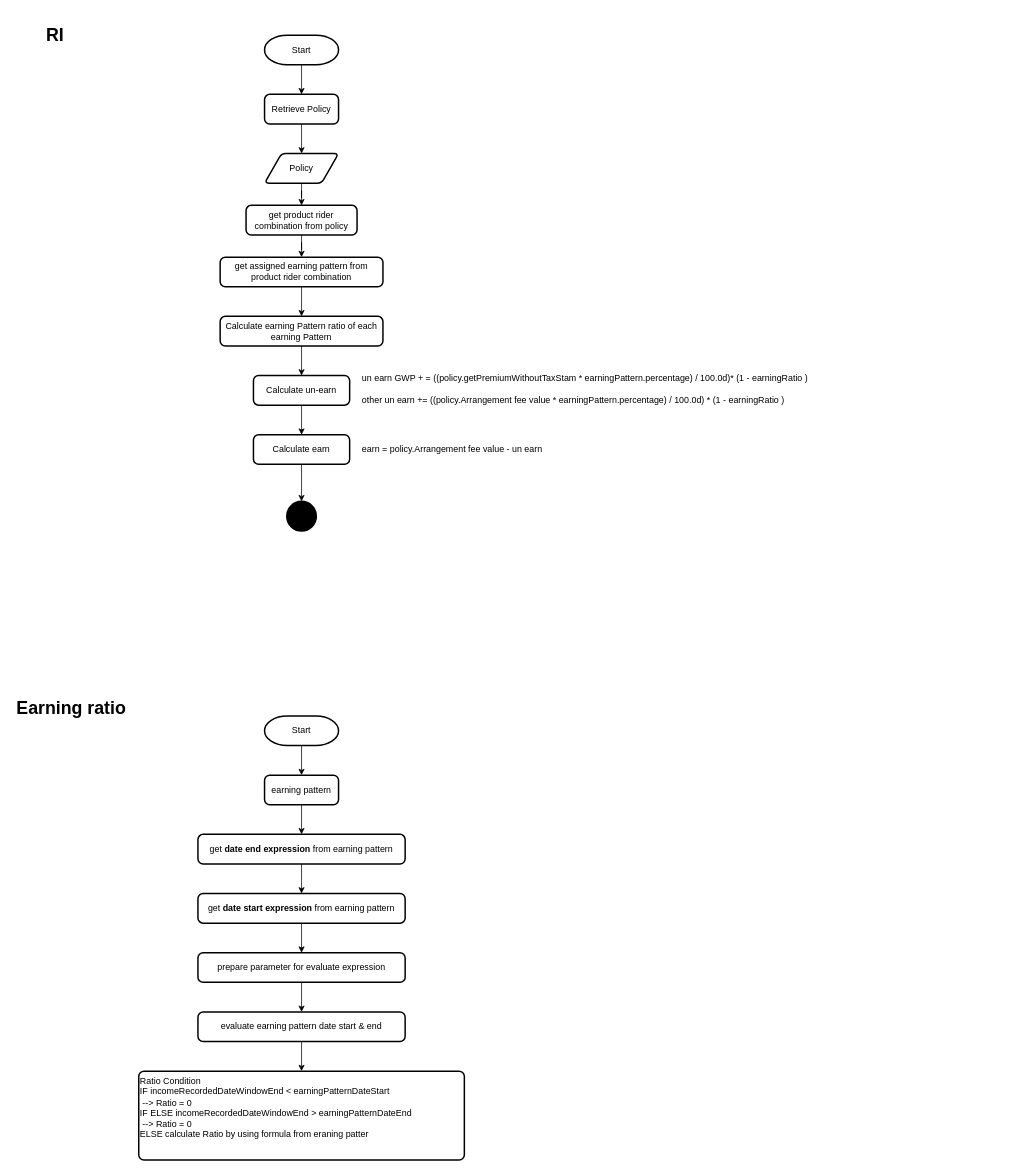
Above: SG-RI-Calculation.drawio in phatcharalaw/my-doc (draw.io), before the change. Source tidied: cells renumbered, new cells numbered last; positions are measured from the earlier drawing's top-left corner, leaving out a move shared by most shapes. Both pictures are drawn from the tidied source at 74%, with x=0, y=0 at pixel (13, 20).
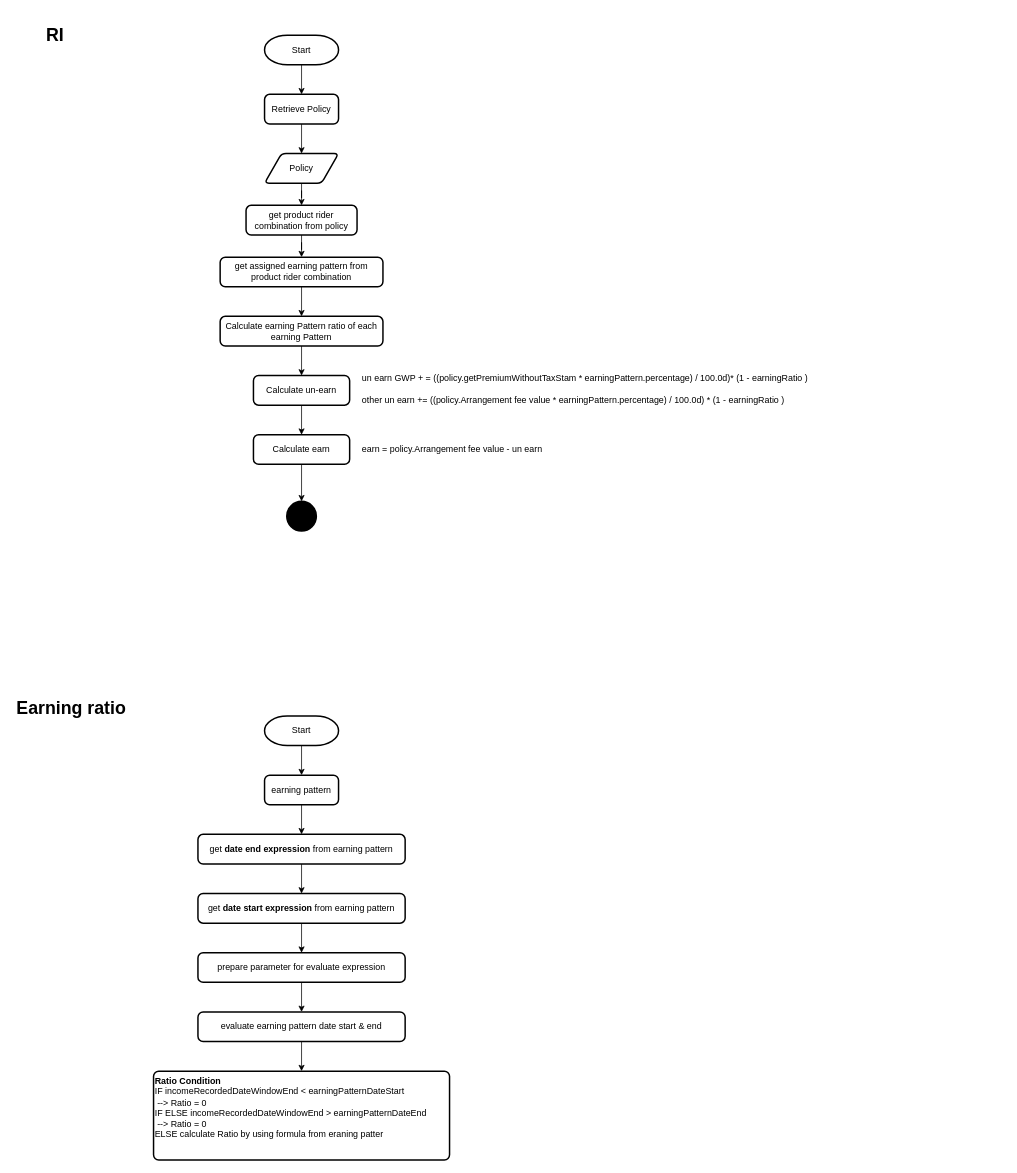
The same diagram, later.

Diff of the diagram source:
```diff
@@
-    <mxCell id="36" value="&lt;div&gt;&lt;span&gt;Ratio Condition&lt;/span&gt;&lt;/div&gt;&lt;div&gt;&lt;span&gt;IF incomeRecordedDateWindowEnd &amp;lt; earningPatternDateStart&lt;/span&gt;&lt;/div&gt;&lt;div&gt;&lt;span&gt;&lt;span style=&quot;white-space: pre&quot;&gt; &lt;/span&gt;--&amp;gt; Ratio = 0&amp;nbsp;&lt;/span&gt;&lt;/div&gt;&lt;div&gt;&lt;span&gt;IF ELSE incomeRecordedDateWindowEnd &amp;gt; earningPatternDateEnd&lt;/span&gt;&lt;/div&gt;&lt;div&gt;&lt;span&gt;&lt;span style=&quot;white-space: pre&quot;&gt; &lt;/span&gt;--&amp;gt; Ratio = 0&amp;nbsp;&lt;/span&gt;&lt;/div&gt;&lt;div&gt;&lt;span&gt;ELSE calculate Ratio by using formula from eraning patter&lt;/span&gt;&lt;/div&gt;" style="rounded=1;whiteSpace=wrap;html=1;absoluteArcSize=1;arcSize=14;strokeWidth=2;align=left;verticalAlign=top;fontStyle=0;" parent="1" vertex="1">
-      <mxGeometry x="170" y="1420" width="440" height="120" as="geometry" />
+    <mxCell id="36" value="&lt;div&gt;&lt;span&gt;&lt;b&gt;Ratio Condition&lt;/b&gt;&lt;/span&gt;&lt;/div&gt;&lt;div&gt;&lt;span&gt;IF incomeRecordedDateWindowEnd &amp;lt; earningPatternDateStart&lt;/span&gt;&lt;/div&gt;&lt;div&gt;&lt;span&gt;&lt;span style=&quot;white-space: pre&quot;&gt; &lt;/span&gt;--&amp;gt; Ratio = 0&amp;nbsp;&lt;/span&gt;&lt;/div&gt;&lt;div&gt;&lt;span&gt;IF ELSE incomeRecordedDateWindowEnd &amp;gt; earningPatternDateEnd&lt;/span&gt;&lt;/div&gt;&lt;div&gt;&lt;span&gt;&lt;span style=&quot;white-space: pre&quot;&gt; &lt;/span&gt;--&amp;gt; Ratio = 0&amp;nbsp;&lt;/span&gt;&lt;/div&gt;&lt;div&gt;&lt;span&gt;ELSE calculate Ratio by using formula from eraning patter&lt;/span&gt;&lt;/div&gt;" style="rounded=1;whiteSpace=wrap;html=1;absoluteArcSize=1;arcSize=14;strokeWidth=2;align=left;verticalAlign=top;fontStyle=0;" parent="1" vertex="1">
+      <mxGeometry x="190" y="1420" width="400" height="120" as="geometry" />
     </mxCell>
```
